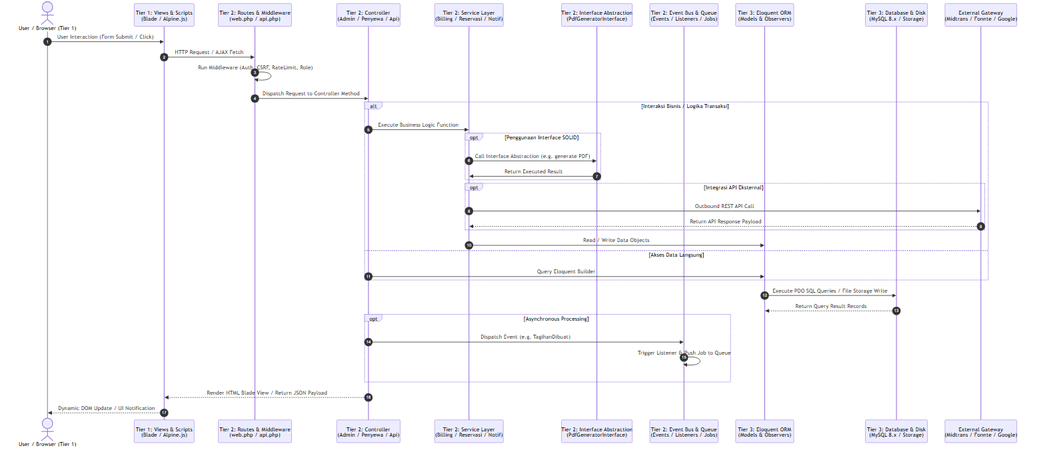
rafifarsyapradiva/asri-boarding-house keeps this Mermaid diagram as Blueprint/component/component_pipeline_sequence.png. Above is the earlier version. Its source is kept beside it as Blueprint/component/component_pipeline_sequence.mmd.
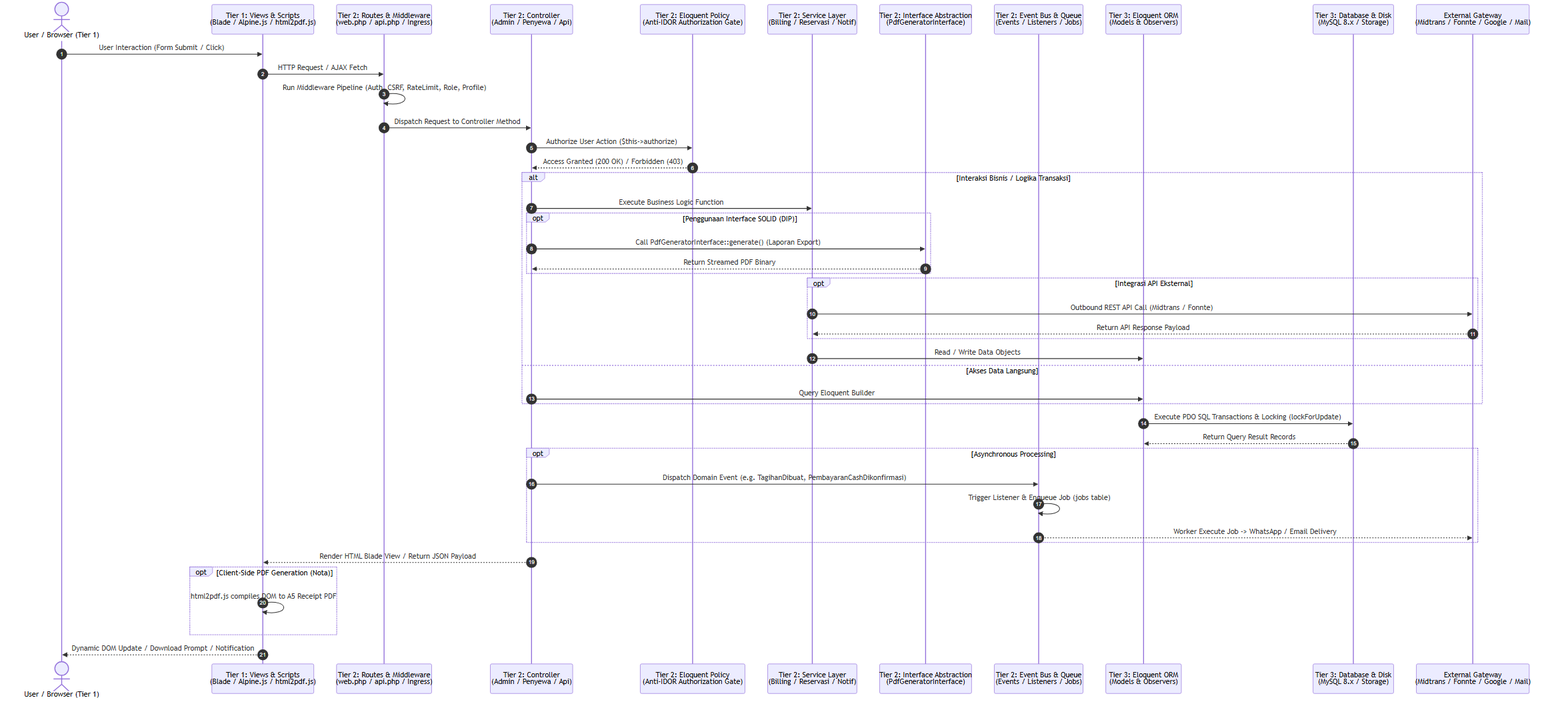
The same diagram one commit later.

Diff of the diagram source:
```diff
@@ -1,29 +1,33 @@
 sequenceDiagram
     autonumber
     actor Client as User / Browser (Tier 1)
-    participant Views as Tier 1: Views & Scripts<br/>(Blade / Alpine.js)
-    participant Router as Tier 2: Routes & Middleware<br/>(web.php / api.php)
+    participant Views as Tier 1: Views & Scripts<br/>(Blade / Alpine.js / html2pdf.js)
+    participant Router as Tier 2: Routes & Middleware<br/>(web.php / api.php / Ingress)
     participant Controller as Tier 2: Controller<br/>(Admin / Penyewa / Api)
+    participant Policy as Tier 2: Eloquent Policy<br/>(Anti-IDOR Authorization Gate)
     participant Service as Tier 2: Service Layer<br/>(Billing / Reservasi / Notif)
     participant Interface as Tier 2: Interface Abstraction<br/>(PdfGeneratorInterface)
     participant Events as Tier 2: Event Bus & Queue<br/>(Events / Listeners / Jobs)
     participant ORM as Tier 3: Eloquent ORM<br/>(Models & Observers)
     participant DB as Tier 3: Database & Disk<br/>(MySQL 8.x / Storage)
-    participant External as External Gateway<br/>(Midtrans / Fonnte / Google)
+    participant External as External Gateway<br/>(Midtrans / Fonnte / Google / Mail)
 
     Client->>Views: User Interaction (Form Submit / Click)
     Views->>Router: HTTP Request / AJAX Fetch
-    Router->>Router: Run Middleware (Auth, CSRF, RateLimit, Role)
+    Router->>Router: Run Middleware Pipeline (Auth, CSRF, RateLimit, Role, Profile)
     Router->>Controller: Dispatch Request to Controller Method
+
+    Controller->>Policy: Authorize User Action ($this->authorize)
+    Policy-->>Controller: Access Granted (200 OK) / Forbidden (403)
 
     alt Interaksi Bisnis / Logika Transaksi
         Controller->>Service: Execute Business Logic Function
-        opt Penggunaan Interface SOLID
-            Service->>Interface: Call Interface Abstraction (e.g. generate PDF)
-            Interface->>Service: Return Executed Result
+        opt Penggunaan Interface SOLID (DIP)
+            Controller->>Interface: Call PdfGeneratorInterface::generate() (Laporan Export)
+            Interface-->>Controller: Return Streamed PDF Binary
         end
         opt Integrasi API Eksternal
-            Service->>External: Outbound REST API Call
+            Service->>External: Outbound REST API Call (Midtrans / Fonnte)
             External-->>Service: Return API Response Payload
         end
         Service->>ORM: Read / Write Data Objects
@@ -31,13 +35,17 @@
         Controller->>ORM: Query Eloquent Builder
     end
 
-    ORM->>DB: Execute PDO SQL Queries / File Storage Write
+    ORM->>DB: Execute PDO SQL Transactions & Locking (lockForUpdate)
     DB-->>ORM: Return Query Result Records
 
     opt Asynchronous Processing
-        Controller->>Events: Dispatch Event (e.g. TagihanDibuat)
-        Events->>Events: Trigger Listener & Push Job to Queue
+        Controller->>Events: Dispatch Domain Event (e.g. TagihanDibuat, PembayaranCashDikonfirmasi)
+        Events->>Events: Trigger Listener & Enqueue Job (jobs table)
+        Events-->>External: Worker Execute Job -> WhatsApp / Email Delivery
     end
 
     Controller-->>Views: Render HTML Blade View / Return JSON Payload
-    Views-->>Client: Dynamic DOM Update / UI Notification
+    opt Client-Side PDF Generation (Nota)
+        Views->>Views: html2pdf.js compiles DOM to A5 Receipt PDF
+    end
+    Views-->>Client: Dynamic DOM Update / Download Prompt / Notification
```
